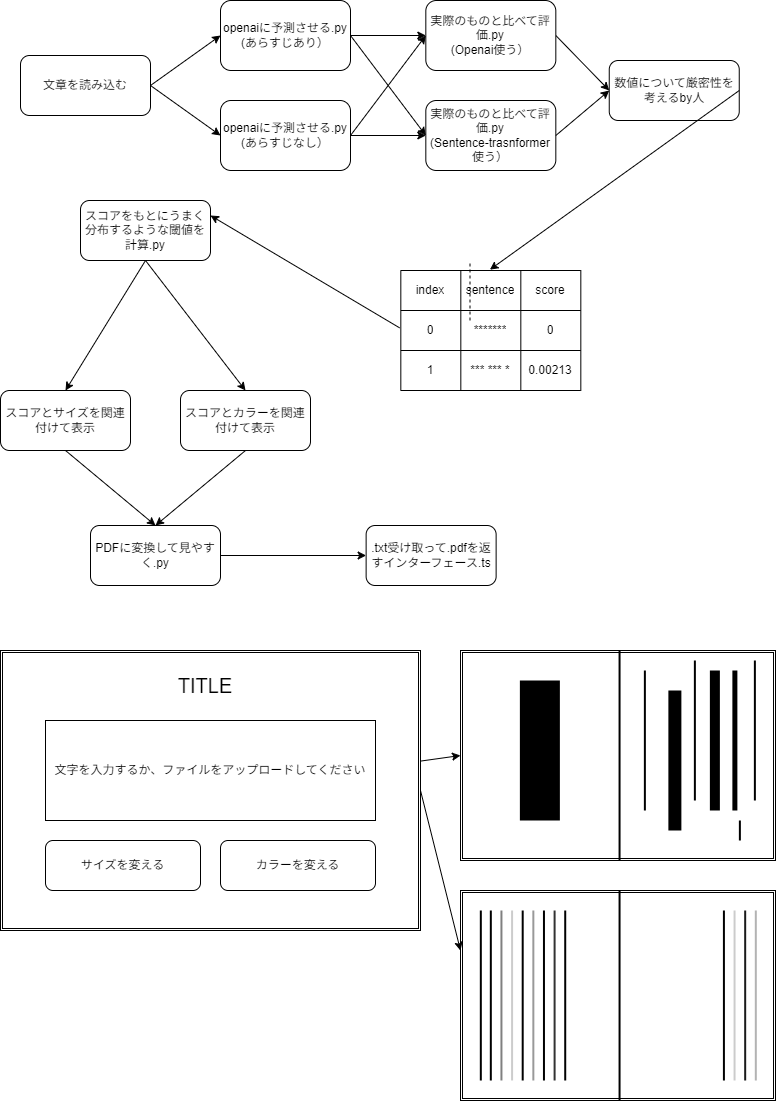
Before: idea.drawio.png, a diagram exported from draw.io (kosho-jiang/cognitive-system). Source tidied: cells renumbered, new cells last; positions are measured from the earlier drawing's top-left corner, leaving out a move shared by most shapes.
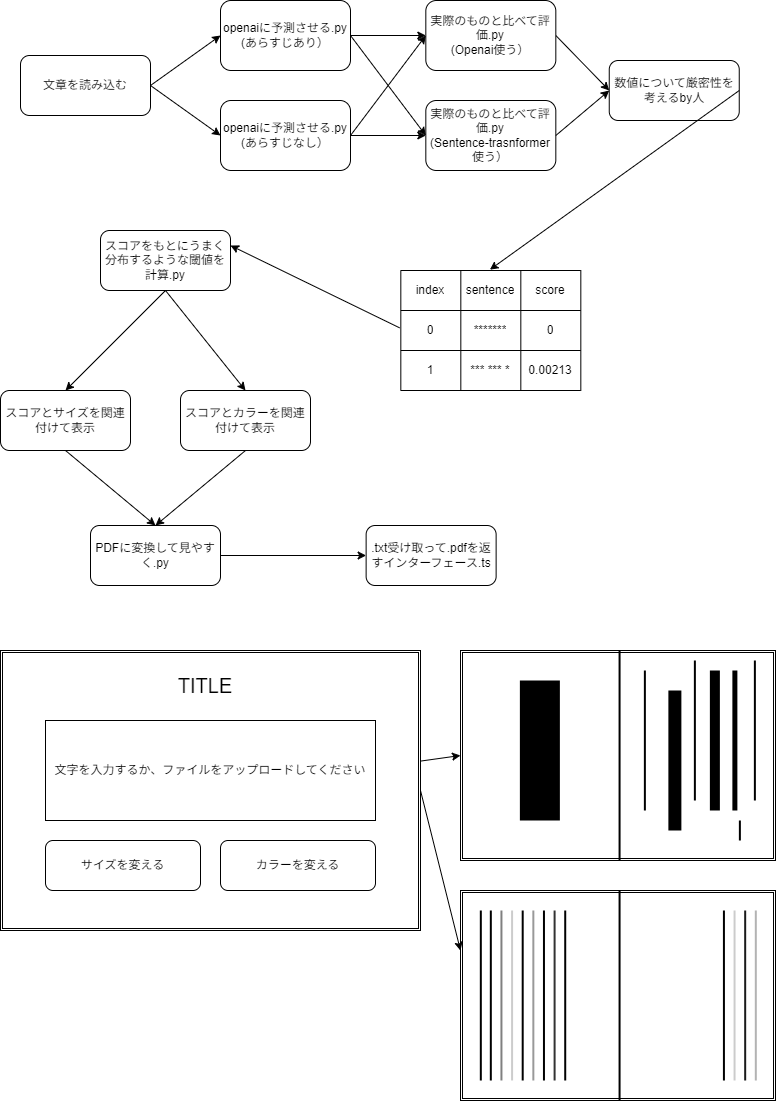
Later version of the same file.

Change to the diagram source:
```diff
@@ -50,12 +50,6 @@
     <mxCell id="17" value="0.00213" style="shape=partialRectangle;html=1;whiteSpace=wrap;fillColor=none;top=0;left=0;bottom=0;right=0;overflow=hidden;" parent="14" vertex="1">
       <mxGeometry x="120" width="60" height="40" as="geometry" />
     </mxCell>
-    <mxCell id="18" style="endArrow=none;dashed=1;html=1;" parent="1" edge="1">
-      <mxGeometry relative="1" as="geometry">
-        <mxPoint x="469.5" y="320" as="sourcePoint" />
-        <mxPoint x="469.5" y="260" as="targetPoint" />
-      </mxGeometry>
-    </mxCell>
     <mxCell id="19" value="数値について厳密性を考えるby人" style="rounded=1;whiteSpace=wrap;html=1;" parent="1" vertex="1">
       <mxGeometry x="608.8" y="60" width="130" height="60" as="geometry" />
     </mxCell>
@@ -66,7 +60,7 @@
       <mxGeometry relative="1" as="geometry" />
     </mxCell>
     <mxCell id="22" value="スコアをもとにうまく分布するような閾値を計算.py&lt;br&gt;" style="rounded=1;whiteSpace=wrap;html=1;" parent="1" vertex="1">
-      <mxGeometry x="80" y="200" width="130" height="60" as="geometry" />
+      <mxGeometry x="100" y="230" width="130" height="60" as="geometry" />
     </mxCell>
     <mxCell id="23" style="endArrow=classic;html=1;exitX=-0.007;exitY=0.433;exitDx=0;exitDy=0;exitPerimeter=0;entryX=1;entryY=0.25;entryDx=0;entryDy=0;" parent="1" edge="1" source="10" target="22">
       <mxGeometry relative="1" as="geometry" />
```
